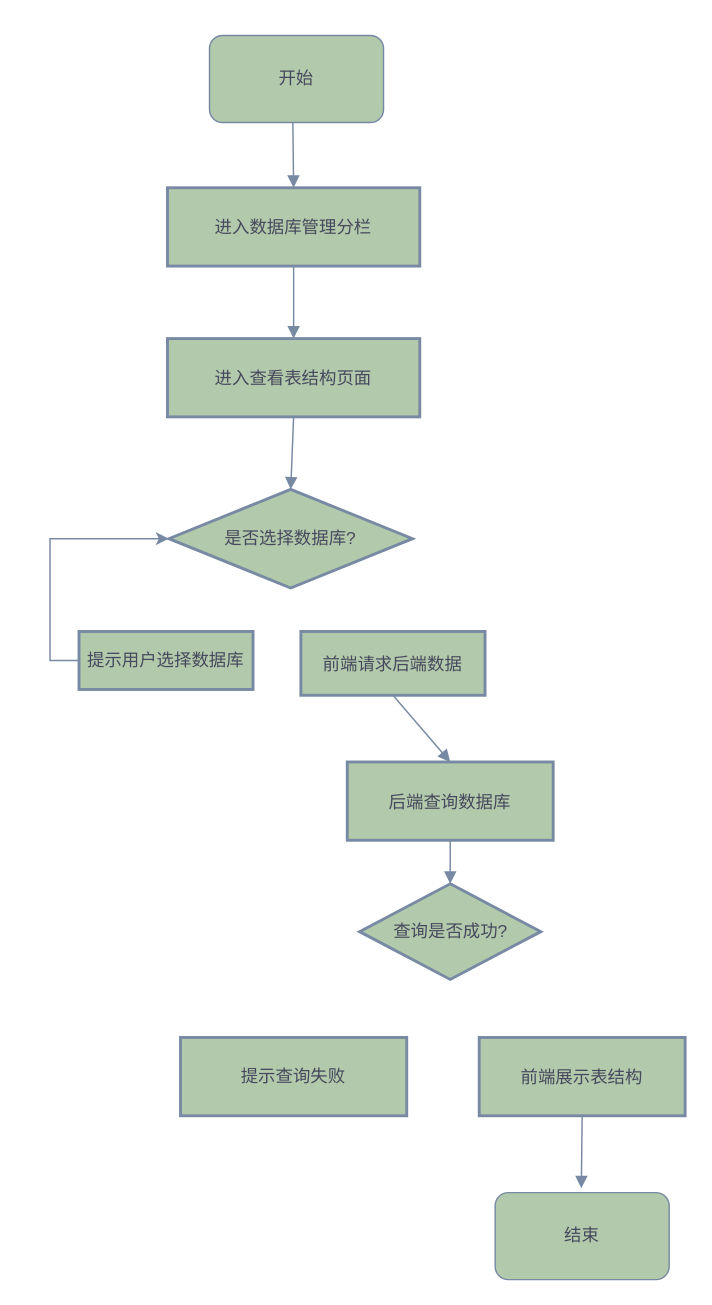
This is draw/知识点，表结构查看.drawio from White1943/sqlEduFB, a draw.io file, before an edit. Source tidied: cells renumbered, new cells numbered last; positions are measured from the earlier drawing's top-left corner, leaving out a move shared by most shapes. Both pictures are drawn from the tidied source at 145%, with x=0, y=0 at pixel (78, 35).
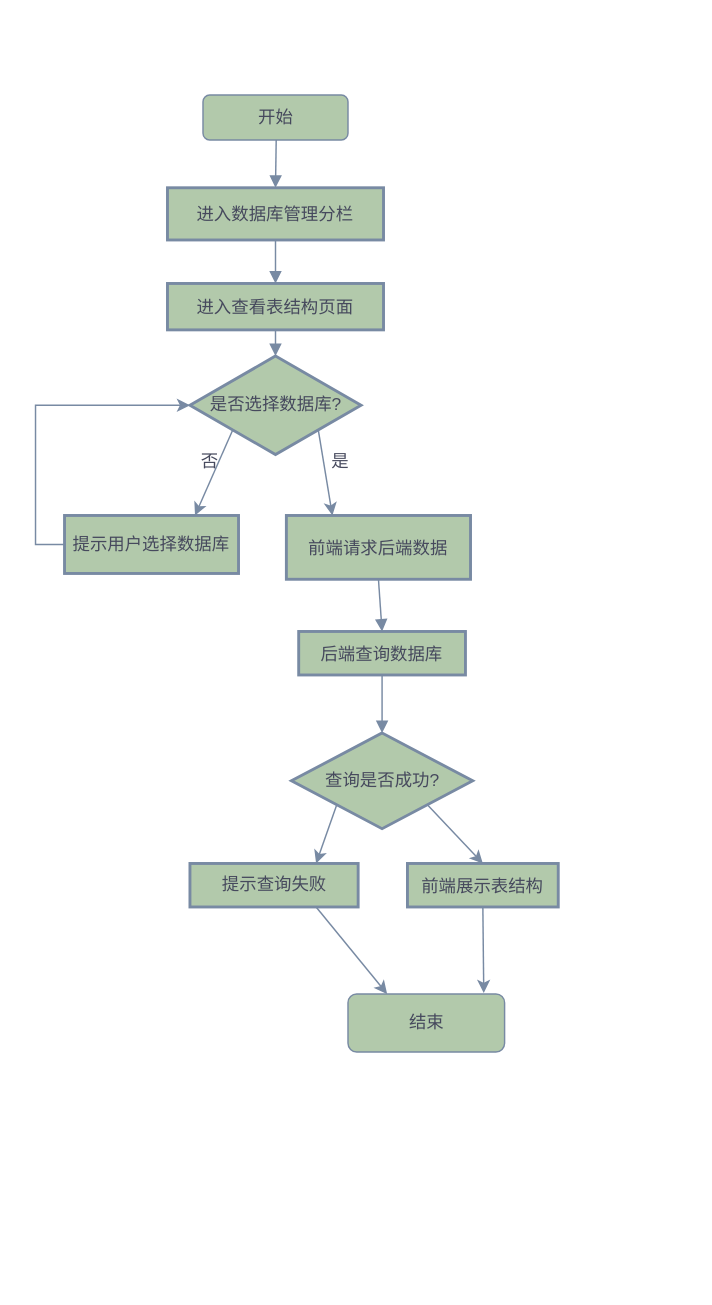
The same diagram, later.

Commit message (it also covers changes not shown here):
更新知识点，表结构查看.drawio

Diff of the diagram source:
```diff
@@
     <mxCell id="26" value="进入数据库管理分栏" style="rounded=0;arcSize=20;strokeWidth=2;labelBackgroundColor=none;fillColor=#B2C9AB;strokeColor=#788AA3;fontColor=#46495D;" parent="1" vertex="1">
-      <mxGeometry x="61" y="105" width="174" height="54" as="geometry" />
+      <mxGeometry x="61" y="105" width="149" height="36" as="geometry" />
     </mxCell>
     <mxCell id="27" value="进入查看表结构页面" style="rounded=0;arcSize=20;strokeWidth=2;labelBackgroundColor=none;fillColor=#B2C9AB;strokeColor=#788AA3;fontColor=#46495D;" parent="1" vertex="1">
-      <mxGeometry x="61" y="209" width="174" height="54" as="geometry" />
+      <mxGeometry x="61" y="171" width="149" height="32" as="geometry" />
     </mxCell>
     <mxCell id="28" value="是否选择数据库?" style="rhombus;strokeWidth=2;whiteSpace=wrap;labelBackgroundColor=none;fillColor=#B2C9AB;strokeColor=#788AA3;fontColor=#46495D;" parent="1" vertex="1">
-      <mxGeometry x="62" y="313" width="168" height="68" as="geometry" />
+      <mxGeometry x="76.5" y="221" width="118" height="68" as="geometry" />
     </mxCell>
@@
     <mxCell id="30" value="提示用户选择数据库" style="whiteSpace=wrap;strokeWidth=2;labelBackgroundColor=none;fillColor=#B2C9AB;strokeColor=#788AA3;fontColor=#46495D;" parent="1" vertex="1">
-      <mxGeometry y="411" width="120" height="40" as="geometry" />
+      <mxGeometry x="-10" y="331" width="120" height="40" as="geometry" />
     </mxCell>
     <mxCell id="31" value="前端请求后端数据" style="rounded=0;arcSize=20;strokeWidth=2;labelBackgroundColor=none;fillColor=#B2C9AB;strokeColor=#788AA3;fontColor=#46495D;" parent="1" vertex="1">
-      <mxGeometry x="153" y="411" width="127" height="44" as="geometry" />
+      <mxGeometry x="143" y="331" width="127" height="44" as="geometry" />
     </mxCell>
     <mxCell id="32" value="后端查询数据库" style="rounded=0;arcSize=20;strokeWidth=2;labelBackgroundColor=none;fillColor=#B2C9AB;strokeColor=#788AA3;fontColor=#46495D;" parent="1" vertex="1">
-      <mxGeometry x="185" y="501" width="142" height="54" as="geometry" />
+      <mxGeometry x="151.5" y="411" width="115" height="30" as="geometry" />
     </mxCell>
     <mxCell id="33" value="查询是否成功?" style="rhombus;strokeWidth=2;whiteSpace=wrap;labelBackgroundColor=none;fillColor=#B2C9AB;strokeColor=#788AA3;fontColor=#46495D;" parent="1" vertex="1">
-      <mxGeometry x="193.5" y="585" width="125" height="66" as="geometry" />
+      <mxGeometry x="146.5" y="481" width="125" height="66" as="geometry" />
     </mxCell>
     <mxCell id="34" value="提示查询失败" style="whiteSpace=wrap;strokeWidth=2;labelBackgroundColor=none;fillColor=#B2C9AB;strokeColor=#788AA3;fontColor=#46495D;" parent="1" vertex="1">
-      <mxGeometry x="70" y="691" width="156" height="54" as="geometry" />
+      <mxGeometry x="76.5" y="571" width="116" height="30" as="geometry" />
     </mxCell>
     <mxCell id="35" value="前端展示表结构" style="rounded=0;arcSize=20;strokeWidth=2;labelBackgroundColor=none;fillColor=#B2C9AB;strokeColor=#788AA3;fontColor=#46495D;" parent="1" vertex="1">
-      <mxGeometry x="276" y="691" width="142" height="54" as="geometry" />
+      <mxGeometry x="226.5" y="571" width="104" height="30" as="geometry" />
     </mxCell>
-    <mxCell id="36" style="curved=1;startArrow=none;endArrow=block;exitX=0.49;exitY=1;entryX=0.5;entryY=0;rounded=0;labelBackgroundColor=none;fontColor=default;strokeColor=#788AA3;" parent="1" edge="1" target="26">
+    <mxCell id="36" style="curved=1;startArrow=none;endArrow=block;entryX=0.5;entryY=0;rounded=0;labelBackgroundColor=none;fontColor=default;strokeColor=#788AA3;" parent="1" edge="1" target="26">
       <mxGeometry relative="1" as="geometry">
-        <mxPoint x="147.4" y="55" as="sourcePoint" />
+        <mxPoint x="136" y="71" as="sourcePoint" />
       </mxGeometry>
     </mxCell>
@@
-    <mxCell id="41" style="curved=1;startArrow=none;endArrow=block;exitX=0.5;exitY=1;entryX=0.49;entryY=0;rounded=0;labelBackgroundColor=none;fontColor=default;strokeColor=#788AA3;" parent="1" edge="1" source="35">
-      <mxGeometry relative="1" as="geometry">
-        <mxPoint x="346.4" y="795" as="targetPoint" />
-      </mxGeometry>
-    </mxCell>
     <mxCell id="42" value="开始" style="rounded=1;whiteSpace=wrap;html=1;labelBackgroundColor=none;fillColor=#B2C9AB;strokeColor=#788AA3;fontColor=#46495D;" parent="1" vertex="1">
-      <mxGeometry x="90" width="120" height="60" as="geometry" />
+      <mxGeometry x="85.5" y="41" width="100" height="31" as="geometry" />
     </mxCell>
     <mxCell id="43" value="结束" style="rounded=1;whiteSpace=wrap;html=1;labelBackgroundColor=none;fillColor=#B2C9AB;strokeColor=#788AA3;fontColor=#46495D;" parent="1" vertex="1">
-      <mxGeometry x="287" y="798" width="120" height="60" as="geometry" />
+      <mxGeometry x="185.5" y="661" width="108" height="40" as="geometry" />
     </mxCell>
+    <mxCell id="44" style="endArrow=classic;html=1;rounded=0;strokeColor=#788AA3;fontColor=#46495D;fillColor=#B2C9AB;exitX=1;exitY=1;exitDx=0;exitDy=0;entryX=0.5;entryY=0;entryDx=0;entryDy=0;" parent="1" edge="1" source="33" target="35">
+      <mxGeometry relative="1" as="geometry" />
+    </mxCell>
+    <mxCell id="45" style="endArrow=classic;html=1;rounded=0;strokeColor=#788AA3;fontColor=#46495D;fillColor=#B2C9AB;exitX=0;exitY=1;exitDx=0;exitDy=0;" parent="1" edge="1" source="28">
+      <mxGeometry relative="1" as="geometry">
+        <mxPoint x="80" y="331" as="targetPoint" />
+      </mxGeometry>
+    </mxCell>
+    <mxCell id="46" style="endArrow=classic;html=1;rounded=0;strokeColor=#788AA3;fontColor=#46495D;fillColor=#B2C9AB;exitX=1;exitY=1;exitDx=0;exitDy=0;entryX=0.25;entryY=0;entryDx=0;entryDy=0;" parent="1" edge="1" source="28" target="31">
+      <mxGeometry relative="1" as="geometry" />
+    </mxCell>
+    <mxCell id="47" style="endArrow=classic;html=1;rounded=0;strokeColor=#788AA3;fontColor=#46495D;fillColor=#B2C9AB;exitX=0;exitY=1;exitDx=0;exitDy=0;entryX=0.75;entryY=0;entryDx=0;entryDy=0;" parent="1" edge="1" source="33" target="34">
+      <mxGeometry relative="1" as="geometry" />
+    </mxCell>
+    <mxCell id="48" style="endArrow=classic;html=1;rounded=0;strokeColor=#788AA3;fontColor=#46495D;fillColor=#B2C9AB;exitX=0.5;exitY=1;exitDx=0;exitDy=0;entryX=0.867;entryY=-0.018;entryDx=0;entryDy=0;entryPerimeter=0;" parent="1" edge="1" source="35" target="43">
+      <mxGeometry relative="1" as="geometry" />
+    </mxCell>
+    <mxCell id="49" style="endArrow=classic;html=1;rounded=0;strokeColor=#788AA3;fontColor=#46495D;fillColor=#B2C9AB;exitX=0.75;exitY=1;exitDx=0;exitDy=0;entryX=0.25;entryY=0;entryDx=0;entryDy=0;" parent="1" edge="1" source="34" target="43">
+      <mxGeometry relative="1" as="geometry" />
+    </mxCell>
+    <mxCell id="50" value="否" style="text;html=1;align=center;verticalAlign=middle;strokeColor=none;fillColor=none;fontColor=#46495D;" parent="1" vertex="1">
+      <mxGeometry x="70" y="279" width="40" height="30" as="geometry" />
+    </mxCell>
+    <mxCell id="51" value="是" style="text;html=1;align=center;verticalAlign=middle;strokeColor=none;fillColor=none;fontColor=#46495D;" parent="1" vertex="1">
+      <mxGeometry x="160" y="279" width="40" height="30" as="geometry" />
+    </mxCell>
```
